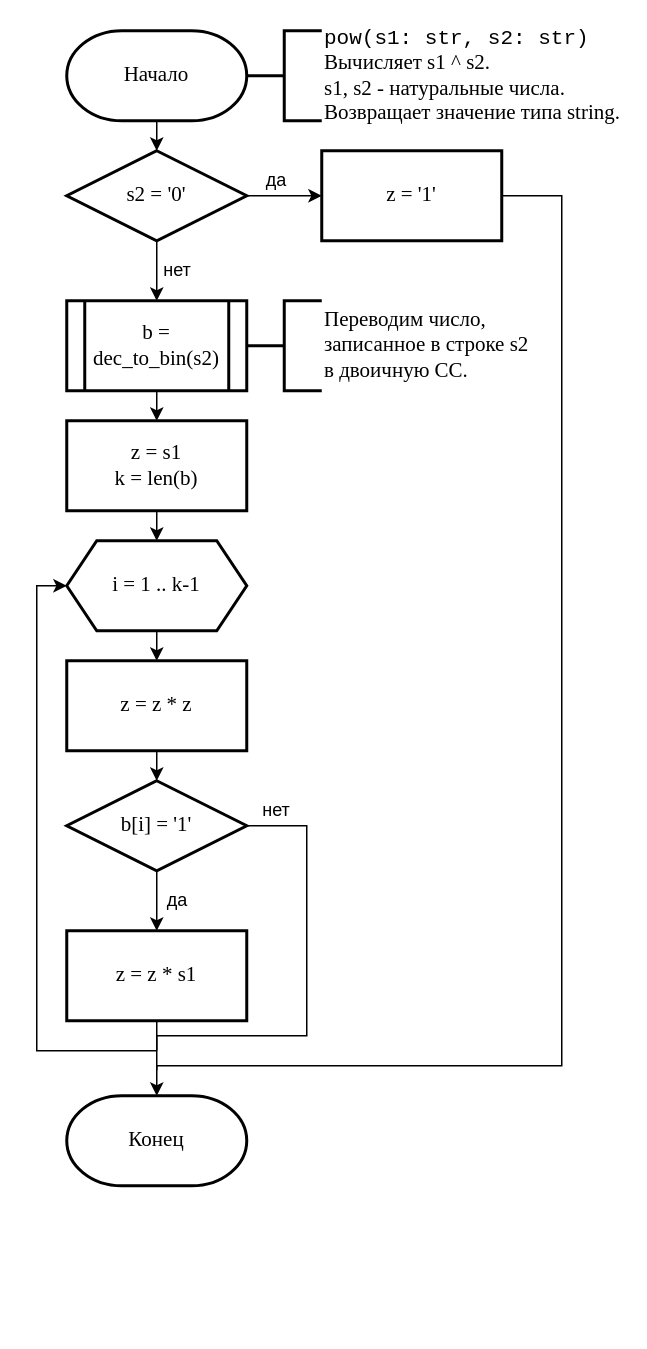
ijustbsd/big-integer keeps this draw.io diagram as flowcharts/pow.drawio. Above is the earlier version. Source tidied: cells renumbered, new cells numbered last; positions are measured from the earlier drawing's top-left corner, leaving out a move shared by most shapes. Both pictures are drawn from the tidied source at 150%, with x=0, y=0 at pixel (36, 30).
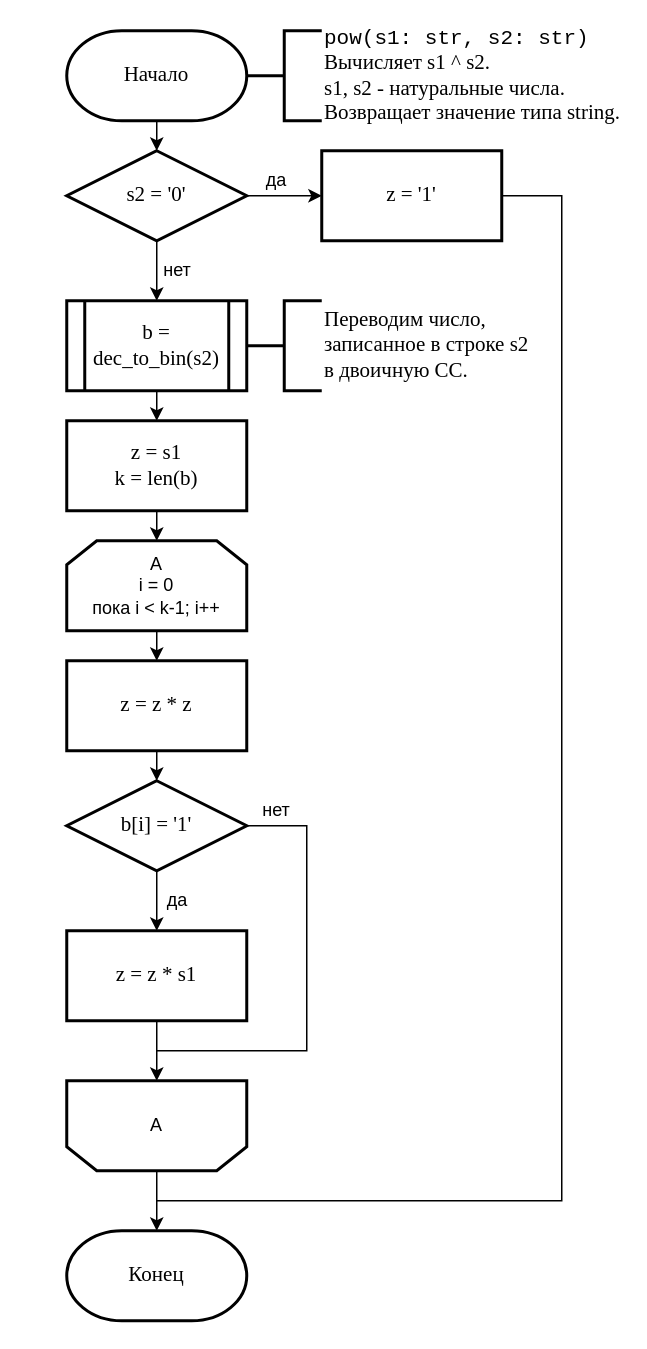
Above is the later version.

The change refers to these unchanged cells:
```xml
<mxCell id="9" value="z = '1'" style="rounded=0;whiteSpace=wrap;html=1;absoluteArcSize=1;arcSize=14;strokeWidth=2;fontFamily=Times New Roman;fontSize=14;" parent="1" vertex="1">
  <mxGeometry x="190" y="80" width="120" height="60" as="geometry" />
</mxCell>
<mxCell id="16" value="&lt;div&gt;z = s1&lt;/div&gt;k = len(b)" style="rounded=0;whiteSpace=wrap;html=1;absoluteArcSize=1;arcSize=14;strokeWidth=2;fontFamily=Times New Roman;fontSize=14;" parent="1" vertex="1">
  <mxGeometry x="20" y="260" width="120" height="60" as="geometry" />
</mxCell>
<mxCell id="20" value="&lt;div&gt;z = z * z&lt;/div&gt;" style="rounded=0;whiteSpace=wrap;html=1;absoluteArcSize=1;arcSize=14;strokeWidth=2;fontFamily=Times New Roman;fontSize=14;" parent="1" vertex="1">
  <mxGeometry x="20" y="420" width="120" height="60" as="geometry" />
</mxCell>
<mxCell id="24" value="b[i] = '1'" style="strokeWidth=2;html=1;shape=mxgraph.flowchart.decision;whiteSpace=wrap;rounded=0;fontFamily=Times New Roman;fontSize=14;" parent="1" vertex="1">
  <mxGeometry x="20" y="500" width="120" height="60" as="geometry" />
</mxCell>
<mxCell id="26" value="z = z * s1" style="rounded=0;whiteSpace=wrap;html=1;absoluteArcSize=1;arcSize=14;strokeWidth=2;fontFamily=Times New Roman;fontSize=14;" parent="1" vertex="1">
  <mxGeometry x="20" y="600" width="120" height="60" as="geometry" />
</mxCell>
```

What changed in the source:
```diff
@@
     <mxCell id="8" style="edgeStyle=orthogonalEdgeStyle;rounded=0;jettySize=auto;html=1;exitX=1;exitY=0.5;exitDx=0;exitDy=0;startArrow=none;startFill=0;endArrow=none;endFill=0;" parent="1" edge="1" source="9">
       <mxGeometry relative="1" as="geometry">
-        <mxPoint x="80" y="693" as="targetPoint" />
+        <mxPoint x="80" y="780" as="targetPoint" />
         <Array as="points">
           <mxPoint x="350" y="110" />
-          <mxPoint x="350" y="690" />
-          <mxPoint x="80" y="690" />
+          <mxPoint x="350" y="780" />
+          <mxPoint x="80" y="780" />
         </Array>
       </mxGeometry>
     </mxCell>
@@
-    <mxCell id="15" style="edgeStyle=orthogonalEdgeStyle;rounded=0;jettySize=auto;html=1;exitX=0.5;exitY=1;exitDx=0;exitDy=0;entryX=0.5;entryY=0;entryDx=0;entryDy=0;" parent="1" edge="1" source="16" target="19">
-      <mxGeometry relative="1" as="geometry" />
+    <mxCell id="15" style="edgeStyle=orthogonalEdgeStyle;rounded=0;jettySize=auto;html=1;exitX=0.5;exitY=1;exitDx=0;exitDy=0;entryX=0.5;entryY=0;entryDx=0;entryDy=0;" parent="1" edge="1" source="16">
+      <mxGeometry relative="1" as="geometry">
+        <mxPoint x="80" y="340" as="targetPoint" />
+      </mxGeometry>
     </mxCell>
@@
-    <mxCell id="17" style="edgeStyle=orthogonalEdgeStyle;rounded=0;jettySize=auto;html=1;exitX=0.5;exitY=1;exitDx=0;exitDy=0;entryX=0.5;entryY=0;entryDx=0;entryDy=0;" parent="1" edge="1" source="19" target="20">
-      <mxGeometry relative="1" as="geometry" />
+    <mxCell id="17" style="edgeStyle=orthogonalEdgeStyle;rounded=0;jettySize=auto;html=1;exitX=0.5;exitY=1;exitDx=0;exitDy=0;entryX=0.5;entryY=0;entryDx=0;entryDy=0;" parent="1" edge="1" target="20">
+      <mxGeometry relative="1" as="geometry">
+        <mxPoint x="80" y="400" as="sourcePoint" />
+      </mxGeometry>
     </mxCell>
-    <mxCell id="18" style="edgeStyle=orthogonalEdgeStyle;rounded=0;jettySize=auto;html=1;exitX=0;exitY=0.5;exitDx=0;exitDy=0;endArrow=none;endFill=0;startArrow=classic;startFill=1;" parent="1" edge="1" source="19">
-      <mxGeometry relative="1" as="geometry">
-        <mxPoint x="80" y="680" as="targetPoint" />
-        <Array as="points">
-          <mxPoint y="370" />
-          <mxPoint y="680" />
-        </Array>
-      </mxGeometry>
-    </mxCell>
-    <mxCell id="19" value="i = 1 .. k-1" style="shape=hexagon;perimeter=hexagonPerimeter2;whiteSpace=wrap;html=1;fixedSize=1;fontFamily=Times New Roman;fontSize=14;strokeWidth=2;" parent="1" vertex="1">
-      <mxGeometry x="20" y="340" width="120" height="60" as="geometry" />
-    </mxCell>
@@
     <mxCell id="23" style="edgeStyle=orthogonalEdgeStyle;rounded=0;jettySize=auto;html=1;exitX=1;exitY=0.5;exitDx=0;exitDy=0;exitPerimeter=0;endArrow=none;endFill=0;" parent="1" edge="1" source="24">
       <mxGeometry relative="1" as="geometry">
         <mxPoint x="80" y="680" as="targetPoint" />
         <Array as="points">
           <mxPoint x="180" y="530" />
-          <mxPoint x="180" y="670" />
-          <mxPoint x="80" y="670" />
+          <mxPoint x="180" y="680" />
         </Array>
       </mxGeometry>
     </mxCell>
@@
-    <mxCell id="25" style="edgeStyle=orthogonalEdgeStyle;rounded=0;jettySize=auto;html=1;exitX=0.5;exitY=1;exitDx=0;exitDy=0;entryX=0.5;entryY=0;entryDx=0;entryDy=0;entryPerimeter=0;" parent="1" edge="1" source="26" target="29">
-      <mxGeometry relative="1" as="geometry" />
-    </mxCell>
+    <mxCell id="30" style="edgeStyle=orthogonalEdgeStyle;rounded=0;jettySize=auto;html=1;exitX=0.5;exitY=1;exitDx=0;exitDy=0;entryX=0.5;entryY=1;entryDx=0;entryDy=0;" parent="1" edge="1" source="26" target="33">
+      <mxGeometry relative="1" as="geometry" />
+    </mxCell>
@@
     <mxCell id="29" value="Конец" style="strokeWidth=2;html=1;shape=mxgraph.flowchart.terminator;whiteSpace=wrap;fontSize=14;fontFamily=Times New Roman;" parent="1" vertex="1">
-      <mxGeometry x="20" y="710" width="120" height="60" as="geometry" />
+      <mxGeometry x="20" y="800" width="120" height="60" as="geometry" />
     </mxCell>
+    <mxCell id="31" value="&lt;div&gt;А&lt;/div&gt;&lt;div&gt;i = 0&lt;/div&gt;&lt;div&gt;пока i &amp;lt; k-1; i++&lt;br&gt;&lt;/div&gt;" style="shape=loopLimit;whiteSpace=wrap;html=1;strokeWidth=2;" parent="1" vertex="1">
+      <mxGeometry x="20" y="340" width="120" height="60" as="geometry" />
+    </mxCell>
+    <mxCell id="32" style="edgeStyle=orthogonalEdgeStyle;rounded=0;jettySize=auto;html=1;exitX=0.5;exitY=0;exitDx=0;exitDy=0;entryX=0.5;entryY=0;entryDx=0;entryDy=0;entryPerimeter=0;" parent="1" edge="1" source="33" target="29">
+      <mxGeometry relative="1" as="geometry" />
+    </mxCell>
+    <mxCell id="33" value="А" style="shape=loopLimit;whiteSpace=wrap;html=1;strokeWidth=2;direction=west;" parent="1" vertex="1">
+      <mxGeometry x="20" y="700" width="120" height="60" as="geometry" />
+    </mxCell>
```
